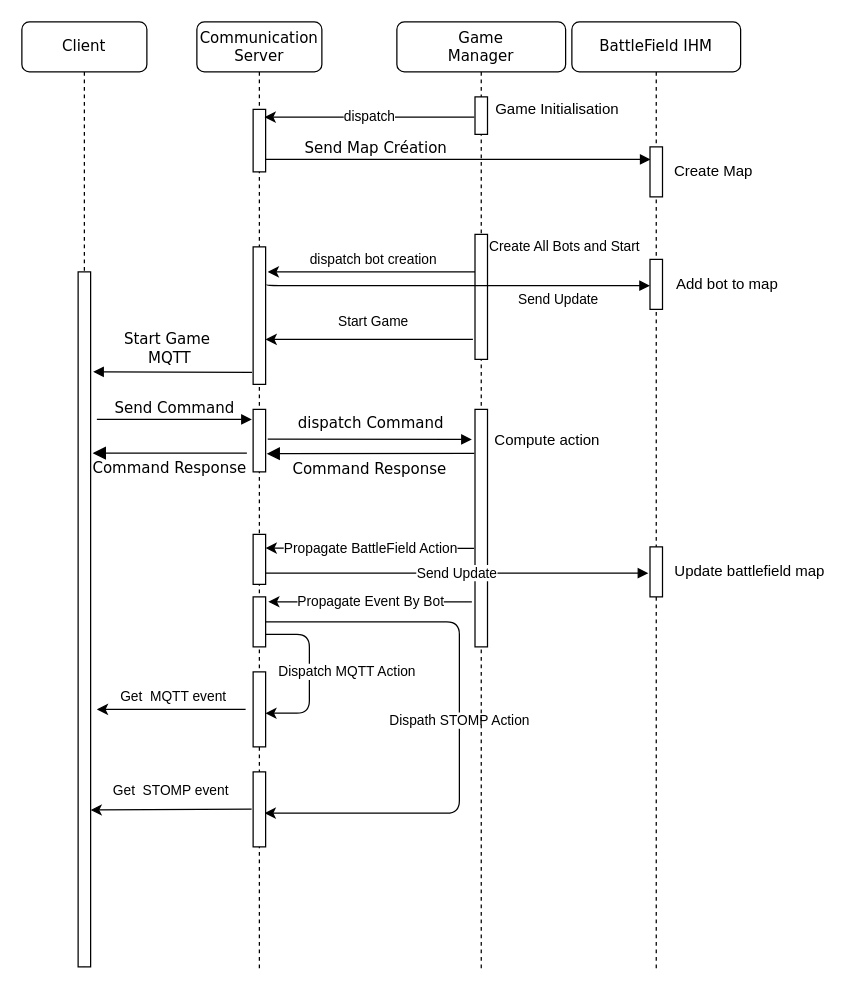
The draw.io diagram Spécifications/diag_seq/game.drawio in TalLC/battlebot, before the edit. Source tidied: cells renumbered, new cells numbered last; positions are measured from the earlier drawing's top-left corner, leaving out a move shared by most shapes. Both pictures are drawn from the tidied source at 125%, with x=0, y=0 at pixel (21, 21).
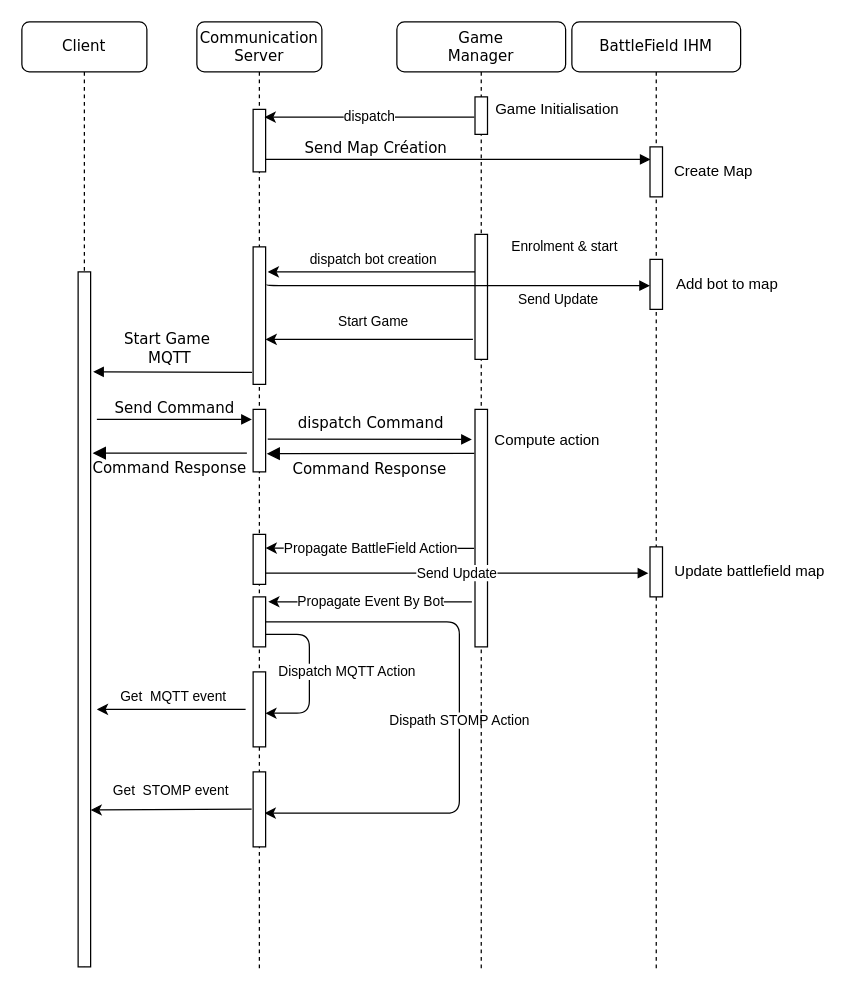
The same page after the edit.

What changed in the source:
```diff
@@
-    <mxCell id="42" value="Create All Bots and Start" style="text;html=1;align=center;verticalAlign=middle;strokeColor=none;fillColor=none;fontSize=11;fontFamily=Helvetica;" parent="1" vertex="1">
-      <mxGeometry x="364" y="170" width="140" height="20" as="geometry" />
+    <mxCell id="42" value="Enrolment &amp;amp; start" style="text;html=1;align=center;verticalAlign=middle;strokeColor=none;fillColor=none;fontSize=11;fontFamily=Helvetica;" parent="1" vertex="1">
+      <mxGeometry x="379" y="165" width="110" height="30" as="geometry" />
     </mxCell>
```
